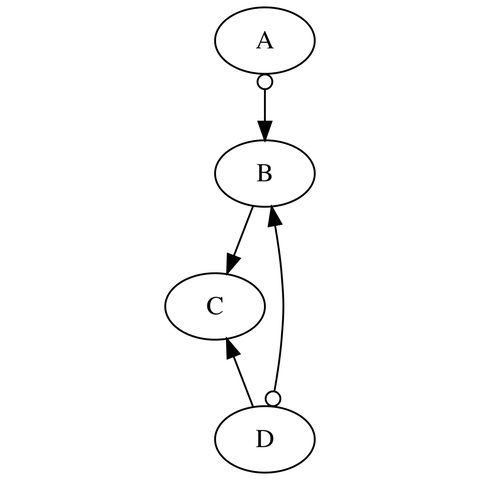
Above: tmp/estimatedPAG.png in adele/Causality-Tutorial (Graphviz), before the change. Its source is kept beside it as tmp/estimatedPAG.dot. Its diagram source:
```dot
digraph graphname {node [shape = oval];
A [label= A ]
B [label= B ]
C [label= C ]
D [label= D ]
A -> B [color=black, dir=both,arrowhead=normal, arrowtail=odot];
B -> C [color=black, dir=both,arrowhead=normal, arrowtail=none];
B -> D [color=black, dir=both,arrowhead=odot, arrowtail=normal];
C -> D [color=black, dir=both,arrowhead=none, arrowtail=normal];
}
```
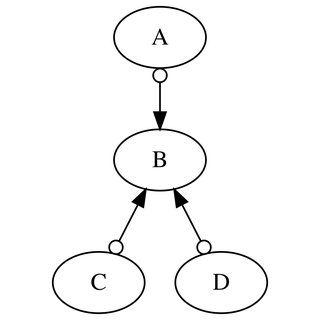
After the commit.

The edit, as a diff of the source:
```diff
@@ -4,7 +4,6 @@
 C [label= C ]
 D [label= D ]
 A -> B [color=black, dir=both,arrowhead=normal, arrowtail=odot];
-B -> C [color=black, dir=both,arrowhead=normal, arrowtail=none];
+B -> C [color=black, dir=both,arrowhead=odot, arrowtail=normal];
 B -> D [color=black, dir=both,arrowhead=odot, arrowtail=normal];
-C -> D [color=black, dir=both,arrowhead=none, arrowtail=normal];
 }
```
